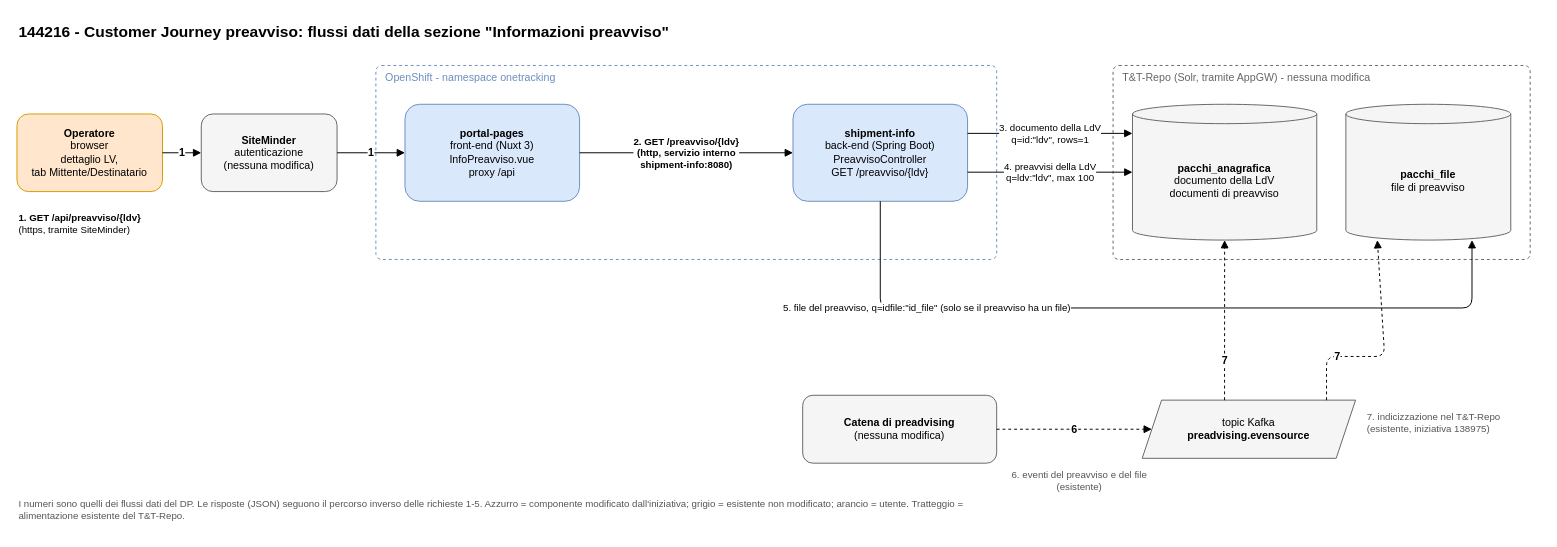
Above: iniziative/144216/documenti/fig-2-flussi-dati.drawio in diegoMereu/sda-bmad (draw.io), before the change. Source tidied: cells renumbered, new cells numbered last; positions are measured from the earlier drawing's top-left corner, leaving out a move shared by most shapes. Both pictures are drawn from the tidied source at 97%, with x=0, y=0 at pixel (16, 16).
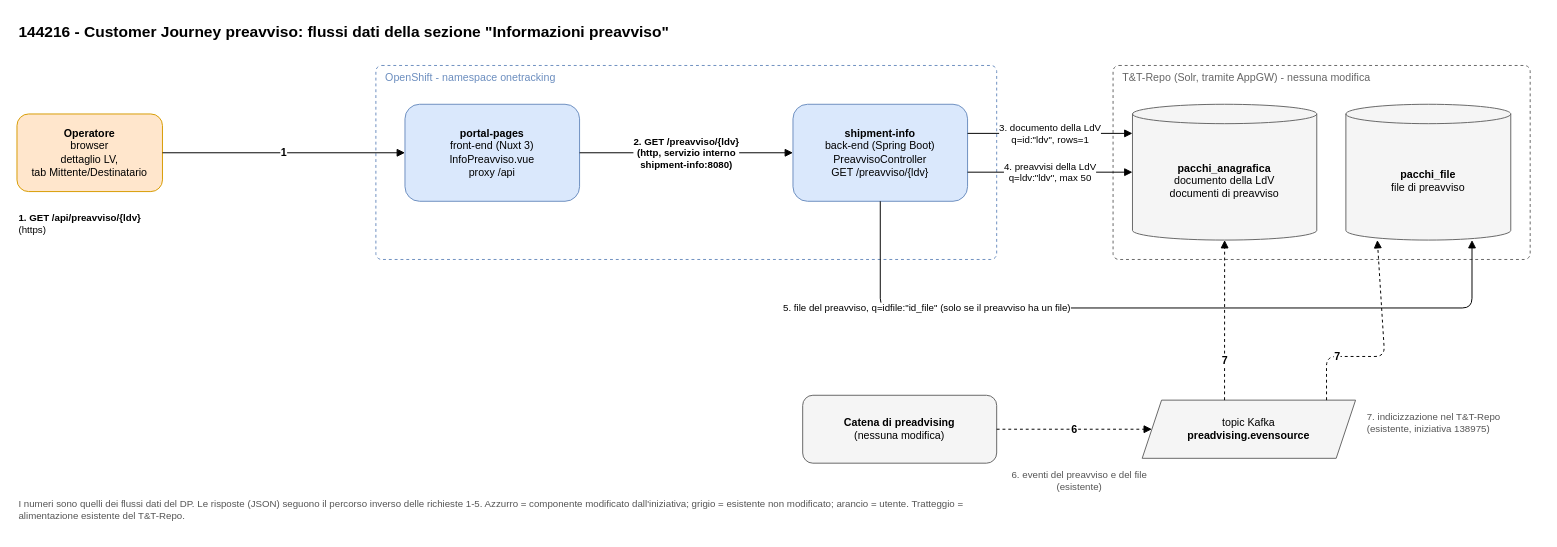
After the change.

Commit message (it also covers changes not shown here):
docs(144216): tolti i riferimenti a SiteMinder da SF, DP e figure; flusso 4 con max 50 preavvisi

Unchanged cells that the change refers to:
```xml
<mxCell id="3" value="&lt;b&gt;Operatore&lt;/b&gt;&lt;br&gt;browser&lt;br&gt;dettaglio LV,&lt;br&gt;tab Mittente/Destinatario" style="rounded=1;whiteSpace=wrap;html=1;fillColor=#ffe6cc;strokeColor=#d79b00;fontSize=11;" parent="1" vertex="1">
  <mxGeometry y="100" width="150" height="80" as="geometry" />
</mxCell>
<mxCell id="6" value="&lt;b&gt;portal-pages&lt;/b&gt;&lt;br&gt;front-end (Nuxt 3)&lt;br&gt;InfoPreavviso.vue&lt;br&gt;proxy /api" style="rounded=1;whiteSpace=wrap;html=1;fillColor=#dae8fc;strokeColor=#6c8ebf;fontSize=11;" parent="1" vertex="1">
  <mxGeometry x="400" y="90" width="180" height="100" as="geometry" />
</mxCell>
<mxCell id="7" value="&lt;b&gt;shipment-info&lt;/b&gt;&lt;br&gt;back-end (Spring Boot)&lt;br&gt;PreavvisoController&lt;br&gt;GET /preavviso/{ldv}" style="rounded=1;whiteSpace=wrap;html=1;fillColor=#dae8fc;strokeColor=#6c8ebf;fontSize=11;" parent="1" vertex="1">
  <mxGeometry x="800" y="90" width="180" height="100" as="geometry" />
</mxCell>
<mxCell id="9" value="&lt;b&gt;pacchi_anagrafica&lt;/b&gt;&lt;br&gt;documento della LdV&lt;br&gt;documenti di preavviso" style="shape=cylinder3;whiteSpace=wrap;html=1;boundedLbl=1;size=10;fillColor=#f5f5f5;strokeColor=#666666;fontSize=11;" parent="1" vertex="1">
  <mxGeometry x="1150" y="90" width="190" height="140" as="geometry" />
</mxCell>
```

Change to the diagram source:
```diff
@@
-    <mxCell id="4" value="&lt;b&gt;SiteMinder&lt;/b&gt;&lt;br&gt;autenticazione&lt;br&gt;(nessuna modifica)" style="rounded=1;whiteSpace=wrap;html=1;fillColor=#f5f5f5;strokeColor=#666666;fontSize=11;" parent="1" vertex="1">
-      <mxGeometry x="190" y="100" width="140" height="80" as="geometry" />
-    </mxCell>
@@
-    <mxCell id="13" value="1" style="endArrow=block;html=1;labelBackgroundColor=#ffffff;fontSize=11;fontStyle=1;" parent="1" edge="1" source="3" target="4">
+    <mxCell id="13" value="1" style="endArrow=block;html=1;labelBackgroundColor=#ffffff;fontSize=11;fontStyle=1;" parent="1" edge="1" source="3" target="6">
       <mxGeometry relative="1" as="geometry" />
     </mxCell>
-    <mxCell id="14" value="1" style="endArrow=block;html=1;labelBackgroundColor=#ffffff;fontSize=11;fontStyle=1;" parent="1" edge="1" source="4" target="6">
-      <mxGeometry relative="1" as="geometry" />
-    </mxCell>
@@
-    <mxCell id="17" value="4. preavvisi della LdV&lt;br&gt;q=ldv:&quot;ldv&quot;, max 100" style="endArrow=block;html=1;labelBackgroundColor=#ffffff;fontSize=10;exitX=1;exitY=0.7;exitDx=0;exitDy=0;entryX=0;entryY=0.5;entryDx=0;entryDy=0;" parent="1" edge="1" source="7" target="9">
+    <mxCell id="17" value="4. preavvisi della LdV&lt;br&gt;q=ldv:&quot;ldv&quot;, max 50" style="endArrow=block;html=1;labelBackgroundColor=#ffffff;fontSize=10;exitX=1;exitY=0.7;exitDx=0;exitDy=0;entryX=0;entryY=0.5;entryDx=0;entryDy=0;" parent="1" edge="1" source="7" target="9">
       <mxGeometry relative="1" as="geometry" />
     </mxCell>
@@
-    <mxCell id="22" value="&lt;b&gt;1. GET /api/preavviso/{ldv}&lt;/b&gt;&lt;br&gt;(https, tramite SiteMinder)" style="text;html=1;align=left;fontSize=10;" parent="1" vertex="1">
+    <mxCell id="22" value="&lt;b&gt;1. GET /api/preavviso/{ldv}&lt;/b&gt;&lt;br&gt;(https)" style="text;html=1;align=left;fontSize=10;" parent="1" vertex="1">
       <mxGeometry y="195" width="330" height="40" as="geometry" />
     </mxCell>
```
